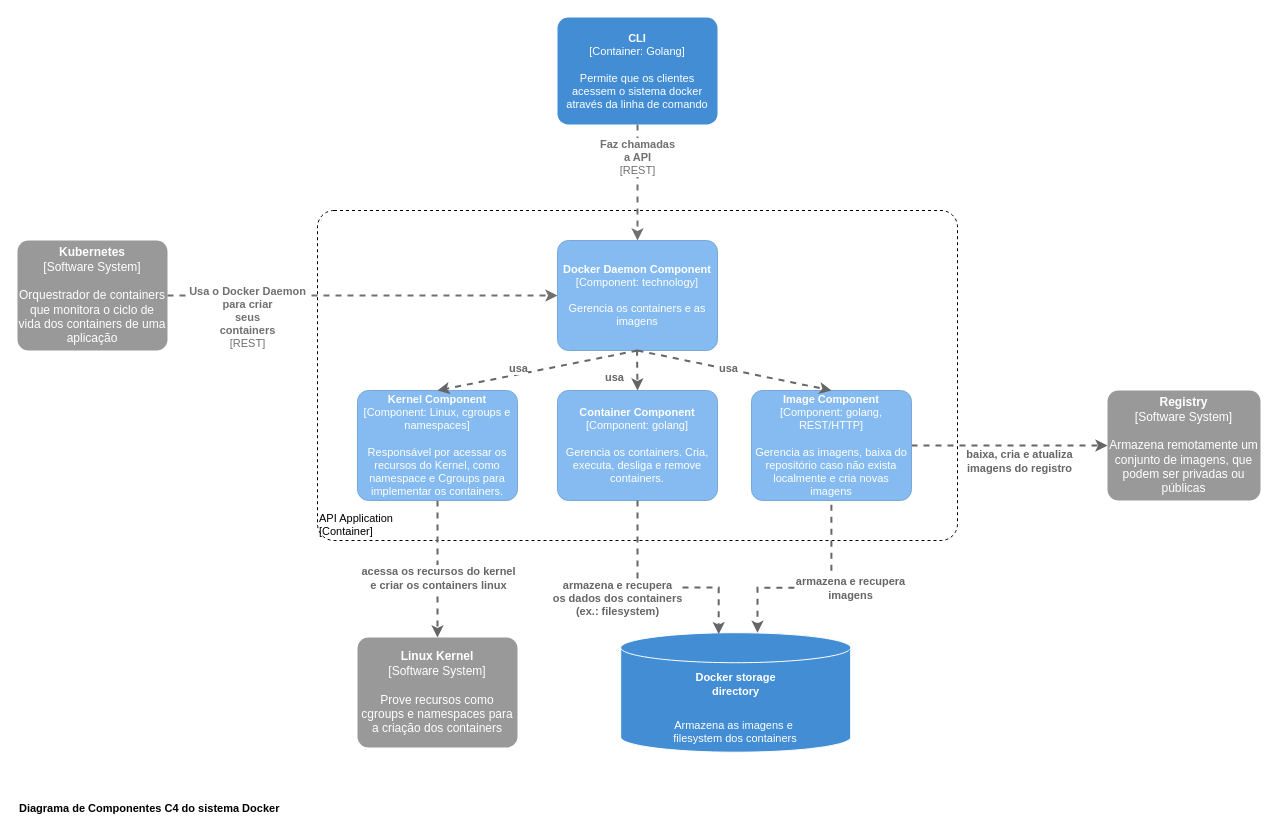
Above: page "component diagram" (3 of 3) of c4-context.drawio in viniciusbds/draw-io (draw.io), before the change. Source tidied: cells renumbered, new cells numbered last; positions are measured from the earlier drawing's top-left corner, leaving out a move shared by most shapes. Both pictures are drawn from the tidied source at 100%, with x=0, y=0 at pixel (17, 17).
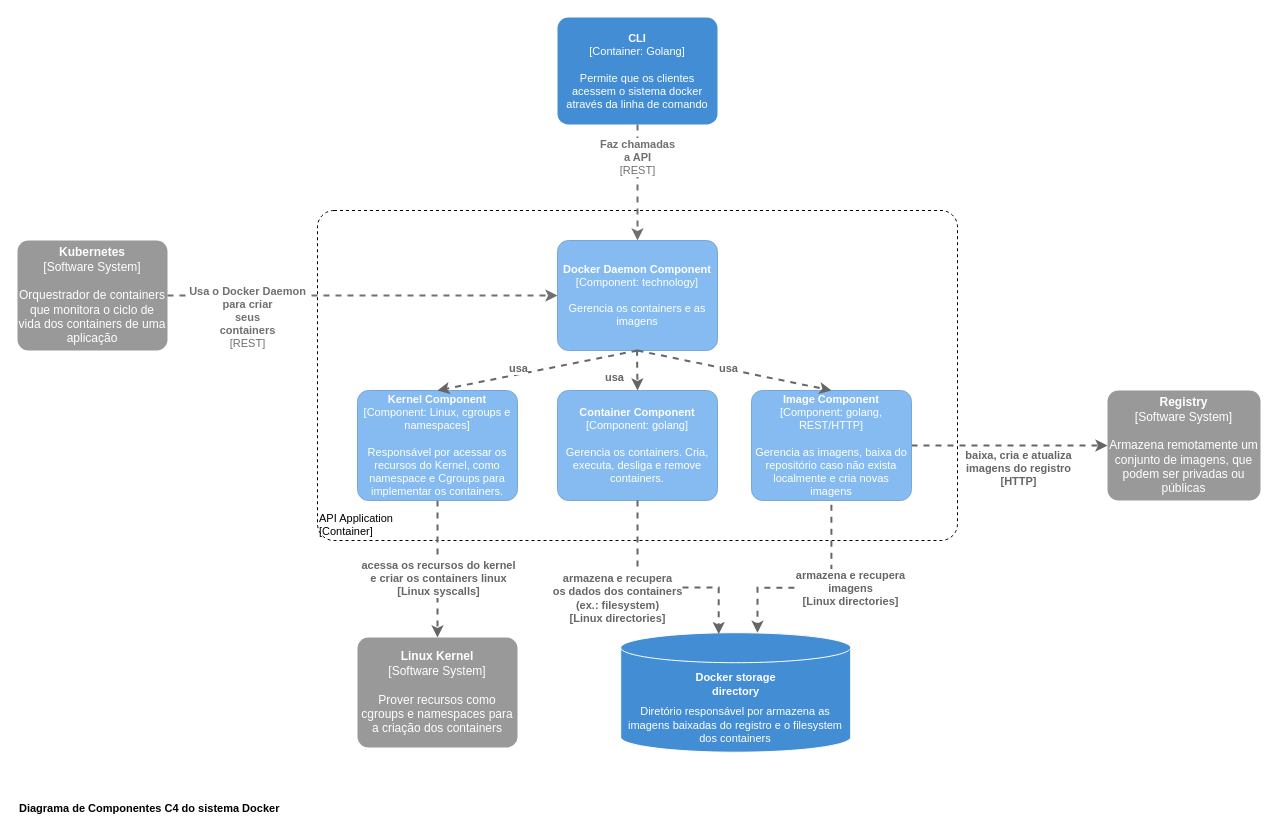
The same page after the edit.

Unchanged cells that the change refers to:
```xml
<mxCell id="5" style="rounded=0;jettySize=auto;html=1;dashed=1;strokeWidth=2;fillColor=#f5f5f5;strokeColor=#666666;gradientColor=#b3b3b3;entryX=0;entryY=0.5;entryDx=0;entryDy=0;entryPerimeter=0;exitX=1;exitY=0.5;exitDx=0;exitDy=0;exitPerimeter=0;" parent="1" edge="1" source="15" target="3">
  <mxGeometry relative="1" as="geometry" />
</mxCell>
<mxCell id="11" style="group;" parent="10" vertex="1">
  <mxGeometry x="3.2" width="230" height="119.5" as="geometry" />
</mxCell>
<mxCell id="16" style="edgeStyle=none;rounded=0;jettySize=auto;html=1;exitX=0.5;exitY=1;exitDx=0;exitDy=0;exitPerimeter=0;dashed=1;fontSize=11;fontColor=#FFFFFF;endArrow=classic;endFill=1;strokeColor=#666666;strokeWidth=2;" parent="1" edge="1" source="18" target="23">
  <mxGeometry relative="1" as="geometry" />
</mxCell>
<mxCell id="21" style="rounded=0;orthogonalLoop=1;jettySize=auto;html=1;dashed=1;strokeWidth=2;fillColor=#f5f5f5;strokeColor=#666666;gradientColor=#b3b3b3;exitX=0.504;exitY=1.036;exitDx=0;exitDy=0;exitPerimeter=0;edgeStyle=orthogonalEdgeStyle;entryX=0.598;entryY=-0.002;entryDx=0;entryDy=0;entryPerimeter=0;" parent="1" edge="1">
  <mxGeometry relative="1" as="geometry">
    <mxPoint x="813.9" y="487.2" as="sourcePoint" />
    <mxPoint x="740" y="615.3" as="targetPoint" />
    <Array as="points">
      <mxPoint x="814.2" y="570.2" />
      <mxPoint x="740.2" y="570.2" />
    </Array>
  </mxGeometry>
</mxCell>
<mxCell id="24" style="rounded=0;jettySize=auto;html=1;dashed=1;strokeWidth=2;fillColor=#f5f5f5;strokeColor=#666666;gradientColor=#b3b3b3;exitX=0.5;exitY=1;exitDx=0;exitDy=0;exitPerimeter=0;edgeStyle=orthogonalEdgeStyle;entryX=0.426;entryY=0.012;entryDx=0;entryDy=0;entryPerimeter=0;" parent="1" edge="1" source="20" target="12">
  <mxGeometry relative="1" as="geometry">
    <Array as="points">
      <mxPoint x="620" y="570" />
      <mxPoint x="701" y="570" />
      <mxPoint x="701" y="617" />
    </Array>
  </mxGeometry>
</mxCell>
```

Change to the diagram source:
```diff
@@
-    <mxCell id="6" value="baixa, cria e atualiza &lt;br&gt;imagens do registro" style="edgeLabel;html=1;align=center;verticalAlign=middle;fontColor=#666666;fontStyle=1;" parent="5" vertex="1">
+    <mxCell id="6" value="baixa, cria e atualiza &lt;br&gt;imagens do registro&lt;br&gt;[HTTP]" style="edgeLabel;html=1;align=center;verticalAlign=middle;fontColor=#666666;fontStyle=1;" parent="5" vertex="1">
       <mxGeometry x="-0.13" y="-1" relative="1" as="geometry">
-        <mxPoint x="22" y="14" as="offset" />
+        <mxPoint x="21" y="21" as="offset" />
       </mxGeometry>
     </mxCell>
@@
-    <mxCell id="12" value="&lt;div&gt;&lt;span&gt;Armazena as imagens e&amp;nbsp;&lt;/span&gt;&lt;br&gt;&lt;/div&gt;&lt;div&gt;filesystem dos&amp;nbsp;&lt;span&gt;containers&lt;/span&gt;&lt;/div&gt;" style="shape=cylinder3;whiteSpace=wrap;html=1;boundedLbl=1;backgroundOutline=1;size=15;rounded=0;shadow=0;glass=0;sketch=0;fontSize=11;align=center;verticalAlign=bottom;fillColor=#438DD5;strokeColor=#FFFFFF;fontColor=#FFFFFF;" parent="11" vertex="1">
+    <mxCell id="12" value="&lt;div&gt;&lt;span&gt;Diretório responsável por armazena as imagens baixadas do registro e o f&lt;/span&gt;&lt;span&gt;ilesystem dos&amp;nbsp;&lt;/span&gt;&lt;span&gt;containers&lt;/span&gt;&lt;/div&gt;" style="shape=cylinder3;whiteSpace=wrap;html=1;boundedLbl=1;backgroundOutline=1;size=15;rounded=0;shadow=0;glass=0;sketch=0;fontSize=11;align=center;verticalAlign=bottom;fillColor=#438DD5;strokeColor=#FFFFFF;fontColor=#FFFFFF;" parent="11" vertex="1">
       <mxGeometry width="230" height="119.5" as="geometry" />
     </mxCell>
@@
-    <mxCell id="17" value="&lt;font color=&quot;#666666&quot;&gt;&lt;b&gt;acessa os recursos do kernel &lt;br&gt;e criar os containers linux&lt;br&gt;&lt;/b&gt;&lt;/font&gt;" style="edgeLabel;html=1;align=center;verticalAlign=middle;fontSize=11;fontColor=#FFFFFF;" parent="16" vertex="1">
+    <mxCell id="17" value="&lt;font color=&quot;#666666&quot;&gt;&lt;b&gt;acessa os recursos do kernel &lt;br&gt;e criar os containers linux&lt;br&gt;[Linux syscalls]&lt;br&gt;&lt;/b&gt;&lt;/font&gt;" style="edgeLabel;html=1;align=center;verticalAlign=middle;fontSize=11;fontColor=#FFFFFF;" parent="16" vertex="1">
       <mxGeometry x="-0.18" y="1" relative="1" as="geometry">
         <mxPoint x="-1" y="21" as="offset" />
       </mxGeometry>
     </mxCell>
@@
-    <mxCell id="22" value="armazena e recupera &lt;br&gt;imagens" style="edgeLabel;html=1;align=center;verticalAlign=middle;fontColor=#666666;fontStyle=1;" parent="21" vertex="1">
+    <mxCell id="22" value="armazena e recupera &lt;br&gt;imagens&lt;br&gt;[Linux directories]" style="edgeLabel;html=1;align=center;verticalAlign=middle;fontColor=#666666;fontStyle=1;" parent="21" vertex="1">
       <mxGeometry x="-0.13" y="-1" relative="1" as="geometry">
         <mxPoint x="24" y="1" as="offset" />
       </mxGeometry>
     </mxCell>
-    <object id="23" label="&lt;b&gt;%c4Name%&lt;/b&gt;&lt;div&gt;[%c4Type%]&lt;/div&gt;&lt;br&gt;&lt;div&gt;%c4Description%&lt;/div&gt;" c4Description="Prove recursos como cgroups e namespaces para a criação dos containers" c4Name="Linux Kernel" c4Type="Software System" placeholders="1">
+    <object id="23" label="&lt;b&gt;%c4Name%&lt;/b&gt;&lt;div&gt;[%c4Type%]&lt;/div&gt;&lt;br&gt;&lt;div&gt;%c4Description%&lt;/div&gt;" c4Description="Prover recursos como cgroups e namespaces para a criação dos containers" c4Name="Linux Kernel" c4Type="Software System" placeholders="1">
       <mxCell style="rounded=1;whiteSpace=wrap;html=1;labelBackgroundColor=none;fillColor=#999999;fontColor=#ffffff;align=center;arcSize=10;metaData={&quot;c4Type&quot;:{&quot;editable&quot;:false}};points=[[0.25,0,0],[0.5,0,0],[0.75,0,0],[1,0.25,0],[1,0.5,0],[1,0.75,0],[0.75,1,0],[0.5,1,0],[0.25,1,0],[0,0.75,0],[0,0.5,0],[0,0.25,0]];strokeColor=none;" parent="1" vertex="1">
         <mxGeometry x="340" y="620" width="160" height="110" as="geometry" />
       </mxCell>
     </object>
@@
-    <mxCell id="25" value="armazena e recupera &lt;br&gt;os dados dos containers &lt;br&gt;(ex.: filesystem)" style="edgeLabel;html=1;align=center;verticalAlign=middle;fontColor=#666666;fontStyle=1;" parent="24" vertex="1">
+    <mxCell id="25" value="armazena e recupera &lt;br&gt;os dados dos containers &lt;br&gt;(ex.: filesystem)&lt;br&gt;[Linux directories]" style="edgeLabel;html=1;align=center;verticalAlign=middle;fontColor=#666666;fontStyle=1;" parent="24" vertex="1">
       <mxGeometry x="-0.13" y="-1" relative="1" as="geometry">
         <mxPoint x="-27" y="9" as="offset" />
       </mxGeometry>
     </mxCell>
```
